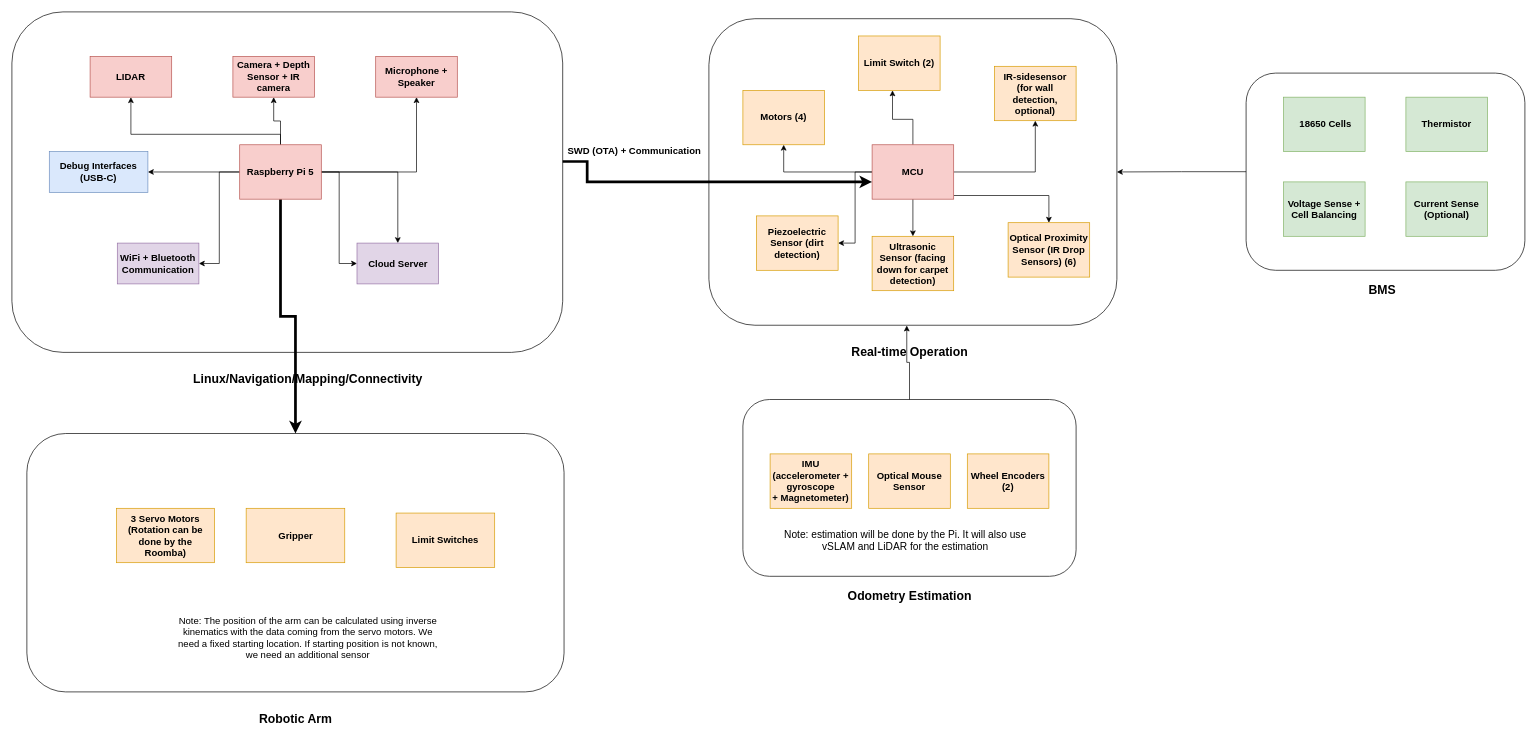
Above: documentation/Roomba High Level Architecture V2.drawio in jlim25/smart-roomba (draw.io), before the change. Source tidied: cells renumbered, new cells numbered last; positions are measured from the earlier drawing's top-left corner, leaving out a move shared by most shapes. Both pictures are drawn from the tidied source at 68%, with x=0, y=0 at pixel (12, 12).
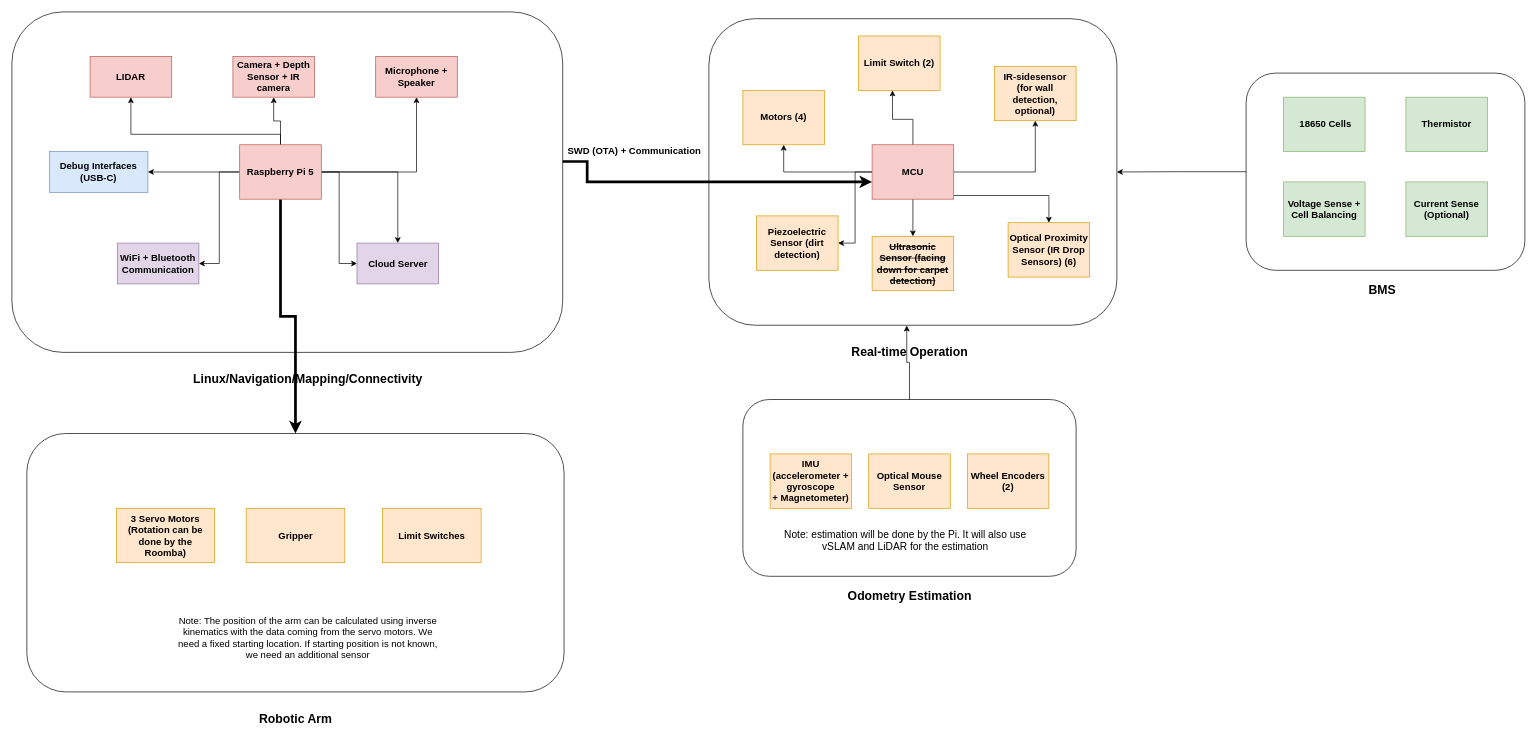
The same diagram, later.

What changed in the source:
```diff
@@
-    <mxCell id="46" value="&lt;span style=&quot;font-size: 14px;&quot;&gt;&lt;b&gt;Ultrasonic Sensor (facing down for carpet detection)&lt;/b&gt;&lt;/span&gt;" style="rounded=0;whiteSpace=wrap;html=1;fillColor=#ffe6cc;strokeColor=#d79b00;" parent="1" vertex="1">
+    <mxCell id="46" value="&lt;span style=&quot;font-size: 14px;&quot;&gt;&lt;b&gt;&lt;strike&gt;Ultrasonic Sensor (facing down for carpet detection)&lt;/strike&gt;&lt;/b&gt;&lt;/span&gt;" style="rounded=0;whiteSpace=wrap;html=1;fillColor=#ffe6cc;strokeColor=#d79b00;" parent="1" vertex="1">
       <mxGeometry x="1265" y="330" width="120" height="80" as="geometry" />
     </mxCell>
@@
     <mxCell id="53" value="&lt;span style=&quot;font-size: 14px;&quot;&gt;&lt;b&gt;Limit Switches&lt;/b&gt;&lt;/span&gt;" style="rounded=0;whiteSpace=wrap;html=1;fillColor=#ffe6cc;strokeColor=#d79b00;" parent="1" vertex="1">
-      <mxGeometry x="565" y="737" width="145" height="80" as="geometry" />
+      <mxGeometry x="545" y="730" width="145" height="80" as="geometry" />
     </mxCell>
```
